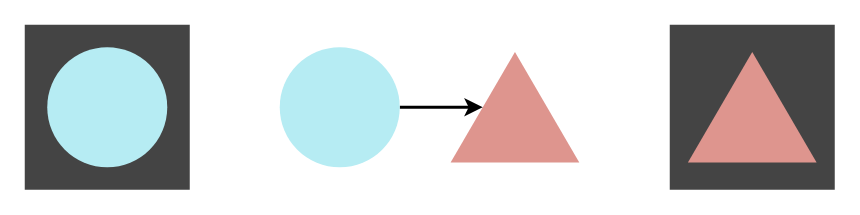
Above: page "fmap" (2 of 7) of resources/monad.drawio in theNewFlesh/shot-glass (draw.io), before the change. Source tidied: cells renumbered, new cells numbered last; positions are measured from the earlier drawing's top-left corner, leaving out a move shared by most shapes. Both pictures are drawn from the tidied source at 150%, with x=0, y=0 at pixel (24, 24).
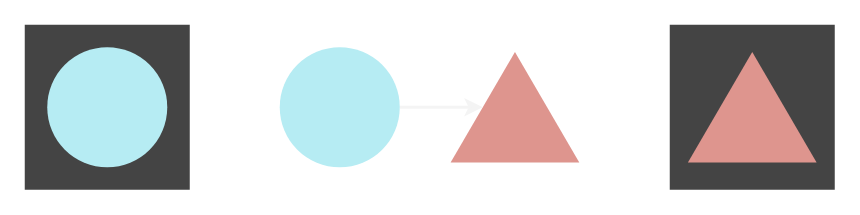
The same page after the edit.

What changed in the source:
```diff
@@
 <mxGraphModel>
   <root>
     <mxCell id="0" />
     <mxCell id="1" parent="0" />
     <mxCell id="2" style="whiteSpace=wrap;html=1;strokeWidth=2;strokeColor=none;fillColor=#444444;" parent="1" vertex="1">
       <mxGeometry x="430" width="110" height="110" as="geometry" />
     </mxCell>
     <mxCell id="3" style="whiteSpace=wrap;html=1;strokeWidth=2;strokeColor=none;fillColor=#444444;" parent="1" vertex="1">
       <mxGeometry width="110" height="110" as="geometry" />
     </mxCell>
     <mxCell id="4" style="triangle;whiteSpace=wrap;html=1;rotation=-90;strokeWidth=2;fillColor=#DE958E;strokeColor=none;" parent="1" vertex="1">
       <mxGeometry x="290" y="12.1" width="73.6" height="85.8" as="geometry" />
     </mxCell>
-    <mxCell id="5" style="edgeStyle=none;html=1;entryX=0.5;entryY=0;entryDx=0;entryDy=0;strokeWidth=2;" parent="1" edge="1" source="6" target="4">
+    <mxCell id="5" style="edgeStyle=none;html=1;entryX=0.5;entryY=0;entryDx=0;entryDy=0;strokeWidth=2;strokeColor=#f4f4f4;" parent="1" edge="1" source="6" target="4">
       <mxGeometry relative="1" as="geometry" />
     </mxCell>
     <mxCell id="6" style="ellipse;whiteSpace=wrap;html=1;strokeWidth=2;fillColor=#B6ECF3;strokeColor=none;" parent="1" vertex="1">
       <mxGeometry x="170" y="15" width="80" height="80" as="geometry" />
     </mxCell>
     <mxCell id="7" style="ellipse;whiteSpace=wrap;html=1;strokeWidth=2;fillColor=#B6ECF3;strokeColor=none;" parent="1" vertex="1">
       <mxGeometry x="15" y="15" width="80" height="80" as="geometry" />
     </mxCell>
     <mxCell id="8" style="triangle;whiteSpace=wrap;html=1;rotation=-90;strokeWidth=2;fillColor=#DE958E;strokeColor=none;" parent="1" vertex="1">
       <mxGeometry x="448.2" y="12.1" width="73.6" height="85.8" as="geometry" />
     </mxCell>
   </root>
 </mxGraphModel>
```
